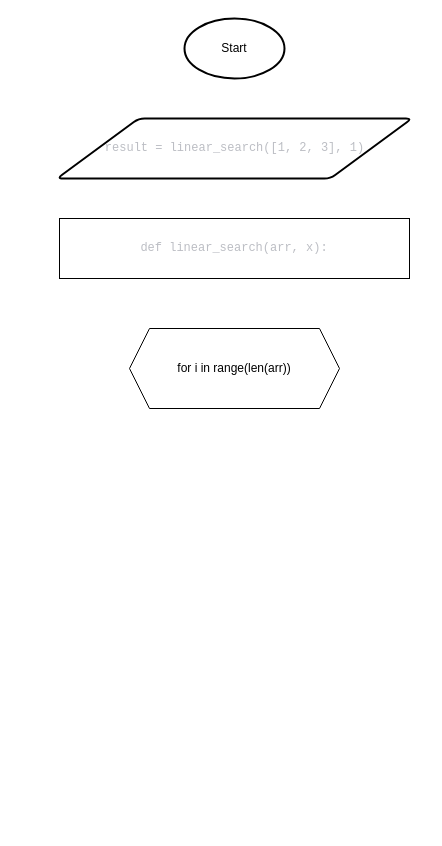
This is Диаграмма без названия.drawio from Pasha-kto003/MatPlotLibProjs, a draw.io file, before an edit. Source tidied: cells renumbered, new cells numbered last; positions are measured from the earlier drawing's top-left corner, leaving out a move shared by most shapes. Both pictures are drawn from the tidied source at 100%, with x=0, y=0 at pixel (56, 18).
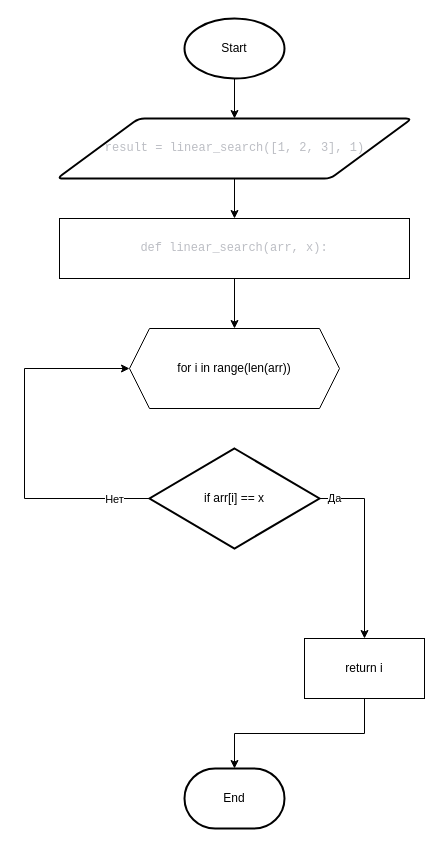
The same page after the edit.

Unchanged cells that the change refers to:
```xml
<mxCell id="2" value="Start" style="strokeWidth=2;html=1;shape=mxgraph.flowchart.start_1;whiteSpace=wrap;" parent="1" vertex="1">
  <mxGeometry x="128" width="100" height="60" as="geometry" />
</mxCell>
<mxCell id="3" value="&lt;div&gt;&lt;pre style=&quot;font-family: &amp;quot;JetBrains Mono&amp;quot;, monospace;&quot;&gt;&lt;font style=&quot;color: light-dark(rgb(188, 190, 196), rgb(236, 237, 255));&quot;&gt;result = linear_search([&lt;span&gt;1&lt;/span&gt;, &lt;span&gt;2&lt;/span&gt;, &lt;span&gt;3&lt;/span&gt;], &lt;span&gt;1&lt;/span&gt;)&lt;/font&gt;&lt;/pre&gt;&lt;/div&gt;" style="shape=parallelogram;html=1;strokeWidth=2;perimeter=parallelogramPerimeter;whiteSpace=wrap;rounded=1;arcSize=12;size=0.23;" parent="1" vertex="1">
  <mxGeometry x="0.5" y="100" width="355" height="60" as="geometry" />
</mxCell>
<mxCell id="4" value="&lt;div&gt;&lt;pre style=&quot;font-family: &amp;quot;JetBrains Mono&amp;quot;, monospace;&quot;&gt;&lt;font style=&quot;color: light-dark(rgb(188, 190, 196), rgb(235, 241, 255));&quot;&gt;&lt;span&gt;def &lt;/span&gt;&lt;span&gt;linear_search&lt;/span&gt;(arr, x):&lt;/font&gt;&lt;/pre&gt;&lt;/div&gt;" style="rounded=0;whiteSpace=wrap;html=1;" parent="1" vertex="1">
  <mxGeometry x="3" y="200" width="350" height="60" as="geometry" />
</mxCell>
<mxCell id="5" value="for i in range(len(arr))" style="shape=hexagon;perimeter=hexagonPerimeter2;whiteSpace=wrap;html=1;fixedSize=1;" parent="1" vertex="1">
  <mxGeometry x="73" y="310" width="210" height="80" as="geometry" />
</mxCell>
```

What changed in the source:
```diff
@@
+    <mxCell id="6" style="edgeStyle=orthogonalEdgeStyle;rounded=0;jettySize=auto;html=1;exitX=0.5;exitY=1;exitDx=0;exitDy=0;exitPerimeter=0;entryX=0.5;entryY=0;entryDx=0;entryDy=0;" parent="1" edge="1" source="2" target="3">
+      <mxGeometry relative="1" as="geometry" />
+    </mxCell>
@@
+    <mxCell id="7" style="edgeStyle=orthogonalEdgeStyle;rounded=0;jettySize=auto;html=1;exitX=0.5;exitY=1;exitDx=0;exitDy=0;entryX=0.5;entryY=0;entryDx=0;entryDy=0;" parent="1" edge="1" source="3" target="4">
+      <mxGeometry relative="1" as="geometry" />
+    </mxCell>
@@
+    <mxCell id="8" style="edgeStyle=orthogonalEdgeStyle;rounded=0;jettySize=auto;html=1;exitX=0.5;exitY=1;exitDx=0;exitDy=0;entryX=0.5;entryY=0;entryDx=0;entryDy=0;" parent="1" edge="1" source="4" target="5">
+      <mxGeometry relative="1" as="geometry" />
+    </mxCell>
@@
+    <mxCell id="9" style="edgeStyle=orthogonalEdgeStyle;rounded=0;jettySize=auto;html=1;entryX=0;entryY=0.5;entryDx=0;entryDy=0;" parent="1" edge="1" source="13" target="5">
+      <mxGeometry relative="1" as="geometry">
+        <Array as="points">
+          <mxPoint x="-32" y="480" />
+          <mxPoint x="-32" y="350" />
+        </Array>
+      </mxGeometry>
+    </mxCell>
+    <mxCell id="10" value="Нет" style="edgeLabel;html=1;align=center;verticalAlign=middle;" parent="9" vertex="1">
+      <mxGeometry x="-0.93" relative="1" as="geometry">
+        <mxPoint x="-23" as="offset" />
+      </mxGeometry>
+    </mxCell>
+    <mxCell id="11" style="edgeStyle=orthogonalEdgeStyle;rounded=0;jettySize=auto;html=1;exitX=1;exitY=0.5;exitDx=0;exitDy=0;exitPerimeter=0;entryX=0.5;entryY=0;entryDx=0;entryDy=0;" parent="1" edge="1" source="13" target="14">
+      <mxGeometry relative="1" as="geometry">
+        <Array as="points">
+          <mxPoint x="308" y="480" />
+          <mxPoint x="308" y="620" />
+        </Array>
+      </mxGeometry>
+    </mxCell>
+    <mxCell id="12" value="Да" style="edgeLabel;html=1;align=center;verticalAlign=middle;" parent="11" vertex="1">
+      <mxGeometry x="-0.85" y="1" relative="1" as="geometry" />
+    </mxCell>
+    <mxCell id="13" value="if arr[i] == x" style="strokeWidth=2;html=1;shape=mxgraph.flowchart.decision;whiteSpace=wrap;" parent="1" vertex="1">
+      <mxGeometry x="93" y="430" width="170" height="100" as="geometry" />
+    </mxCell>
+    <mxCell id="14" value="return i" style="rounded=0;whiteSpace=wrap;html=1;" parent="1" vertex="1">
+      <mxGeometry x="248" y="620" width="120" height="60" as="geometry" />
+    </mxCell>
+    <mxCell id="15" value="End" style="strokeWidth=2;html=1;shape=mxgraph.flowchart.terminator;whiteSpace=wrap;" parent="1" vertex="1">
+      <mxGeometry x="128" y="750" width="100" height="60" as="geometry" />
+    </mxCell>
+    <mxCell id="16" style="edgeStyle=orthogonalEdgeStyle;rounded=0;jettySize=auto;html=1;exitX=0.5;exitY=1;exitDx=0;exitDy=0;entryX=0.5;entryY=0;entryDx=0;entryDy=0;entryPerimeter=0;" parent="1" edge="1" source="14" target="15">
+      <mxGeometry relative="1" as="geometry" />
+    </mxCell>
```
